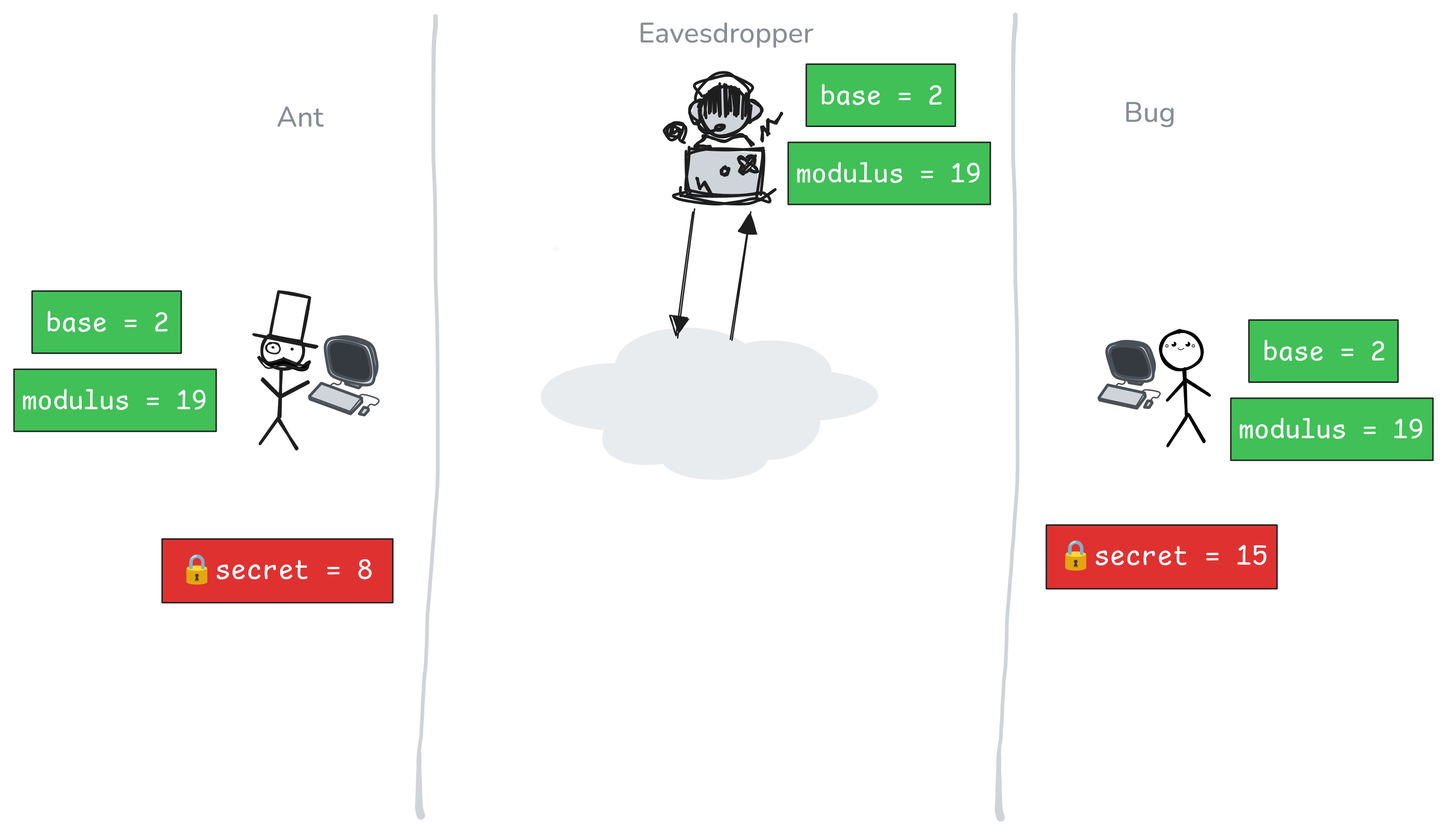
Before: 7-diffie-merkle-hellman/real-step-2.png, a diagram exported from Excalidraw (Cryptography-for-Devs/Cryptography-for-Devs.github.io). Source tidied: one line per element, renumbered; positions are measured from the earlier drawing's top-left corner, leaving out a move shared by most shapes.
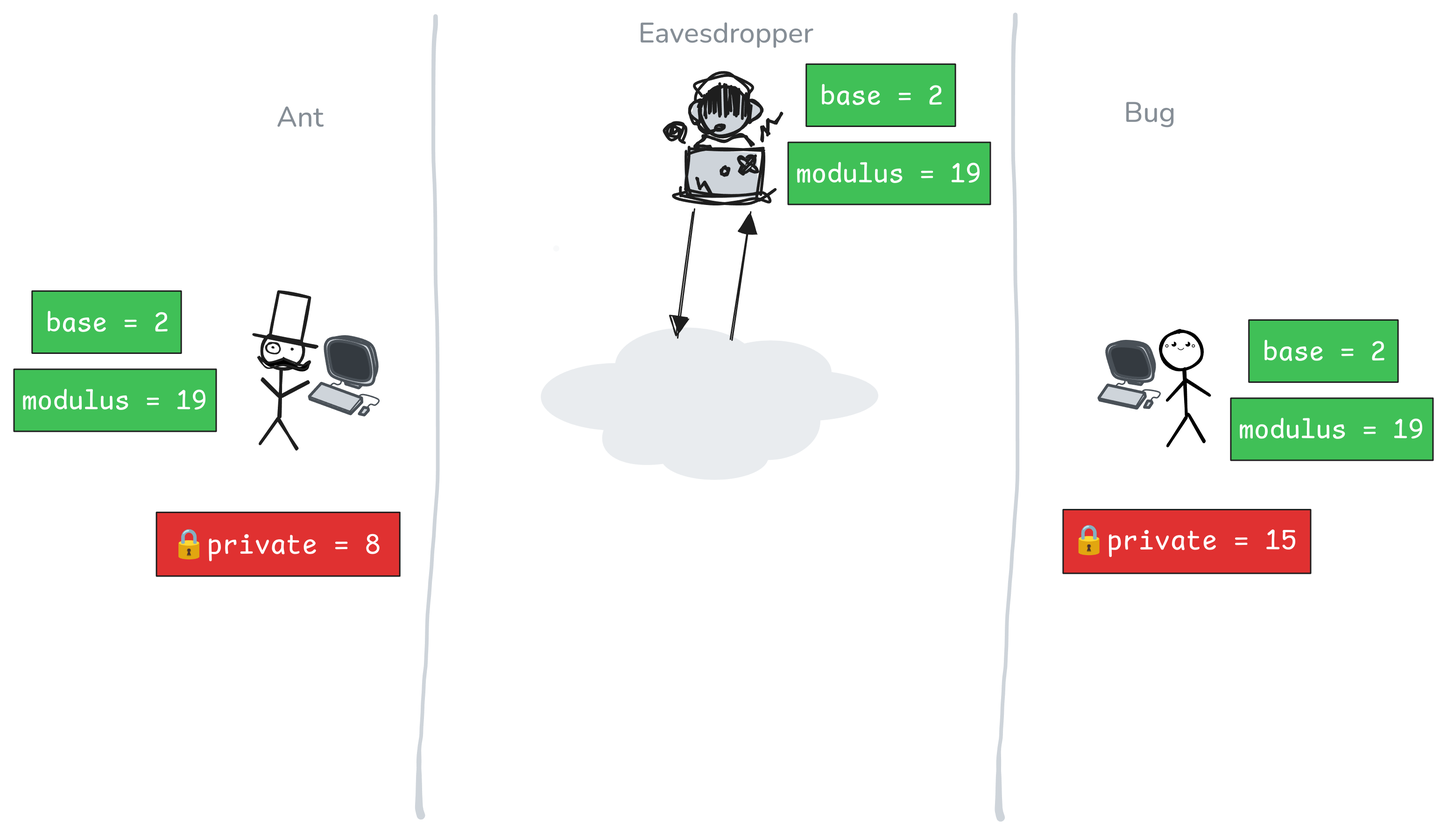
After the change.

Commit message:
DH secret number to private number

Change to the diagram source:
```diff
@@ -104,7 +104,7 @@
 {"id": 103, "type": "text", "text": "Ant", "strokeColor": "#868e96", "strokeWidth": 4, "roughness": 0, "fontSize": 20.14, "fontFamily": 6, "x": 187, "y": 60, "width": 35, "height": 27}
 {"id": 104, "type": "text", "text": "Eavesdropper", "strokeColor": "#868e96", "strokeWidth": 4, "roughness": 0, "fontSize": 20.14, "fontFamily": 6, "x": 446, "y": 0, "width": 127, "height": 27}
 {"id": 105, "type": "text", "text": "Bug", "strokeColor": "#868e96", "strokeWidth": 4, "roughness": 0, "fontSize": 20.14, "fontFamily": 6, "x": 792, "y": 57, "width": 37, "height": 27}
-{"id": 106, "type": "rectangle", "strokeColor": "#1e1e1e", "backgroundColor": "#e03131", "fillStyle": "solid", "strokeWidth": 1, "roughness": 0, "x": 106, "y": 375, "width": 165, "height": 46}
+{"id": 106, "type": "rectangle", "strokeColor": "#1e1e1e", "backgroundColor": "#e03131", "fillStyle": "solid", "strokeWidth": 1, "roughness": 0, "x": 102, "y": 356, "width": 174, "height": 46}
-{"id": 107, "type": "text", "text": "🔒secret = 8", "strokeColor": "#ffffff", "backgroundColor": "#e03131", "fillStyle": "solid", "strokeWidth": 1, "roughness": 0, "fontSize": 20.52, "fontFamily": 8, "textAlign": "center", "x": 118, "y": 385, "width": 138, "height": 26}
+{"id": 107, "type": "text", "text": "🔒private = 8", "strokeColor": "#ffffff", "backgroundColor": "#e03131", "fillStyle": "solid", "strokeWidth": 1, "roughness": 0, "fontSize": 20.52, "fontFamily": 8, "textAlign": "center", "x": 112, "y": 367, "width": 150, "height": 26}
-{"id": 108, "type": "rectangle", "strokeColor": "#1e1e1e", "backgroundColor": "#e03131", "fillStyle": "solid", "strokeWidth": 1, "roughness": 0, "x": 737, "y": 365, "width": 165, "height": 46}
+{"id": 108, "type": "rectangle", "strokeColor": "#1e1e1e", "backgroundColor": "#e03131", "fillStyle": "solid", "strokeWidth": 1, "roughness": 0, "x": 749, "y": 354, "width": 177, "height": 46}
-{"id": 109, "type": "text", "text": "🔒secret = 15", "strokeColor": "#ffffff", "backgroundColor": "#e03131", "fillStyle": "solid", "strokeWidth": 1, "roughness": 0, "fontSize": 20.52, "fontFamily": 8, "textAlign": "center", "x": 745, "y": 375, "width": 150, "height": 26}
+{"id": 109, "type": "text", "text": "🔒private = 15", "strokeColor": "#ffffff", "backgroundColor": "#e03131", "fillStyle": "solid", "strokeWidth": 1, "roughness": 0, "fontSize": 20.52, "fontFamily": 8, "textAlign": "center", "x": 755, "y": 364, "width": 161, "height": 26}
```
